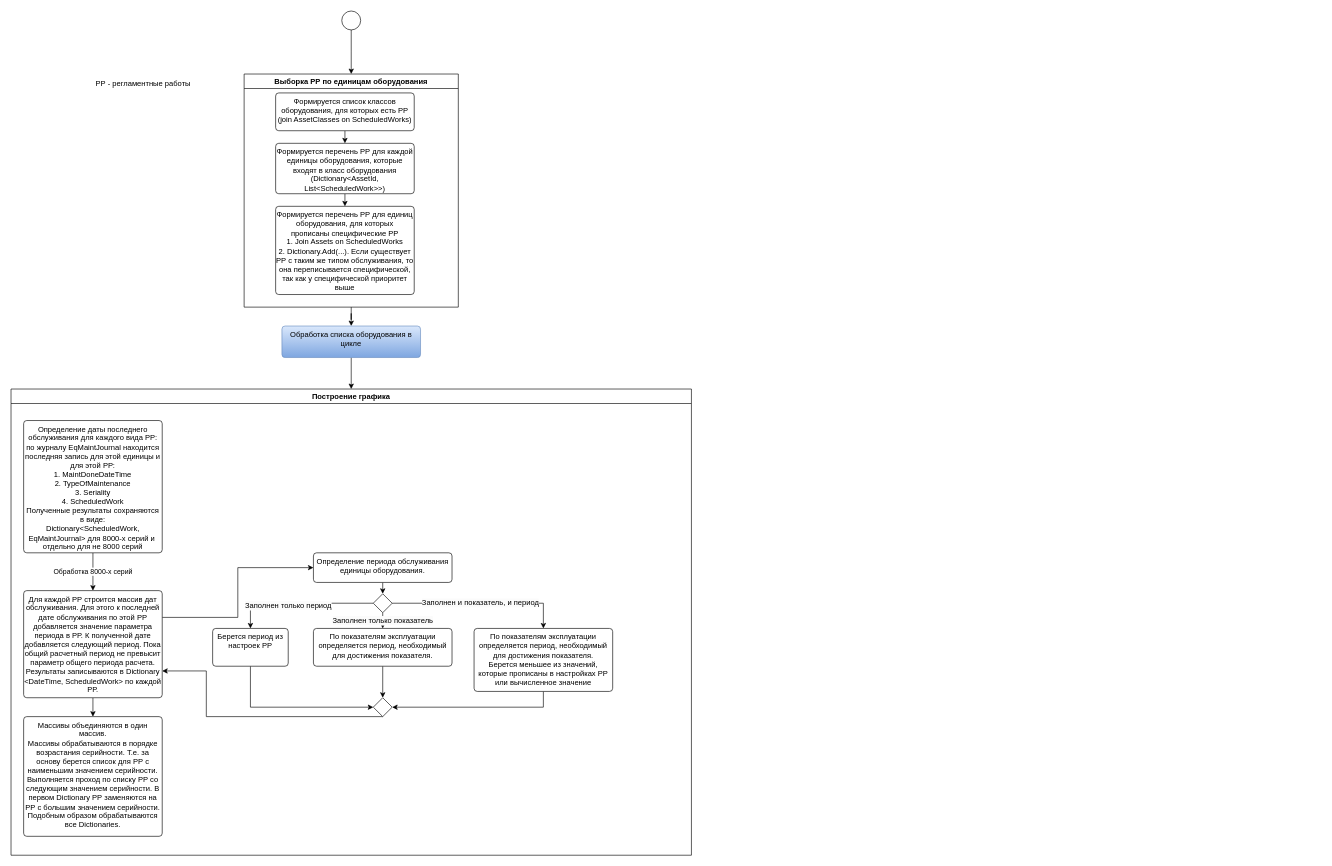
Above: page "Обработка РР.v.4" (2 of 3) of maint/Обработка РР. v.4.drawio in tvolodi-ab/ASCOA (draw.io), before the change. Source tidied: cells renumbered, new cells numbered last; positions are measured from the earlier drawing's top-left corner, leaving out a move shared by most shapes. Both pictures are drawn from the tidied source at 63%, with x=0, y=0 at pixel (11, 11).
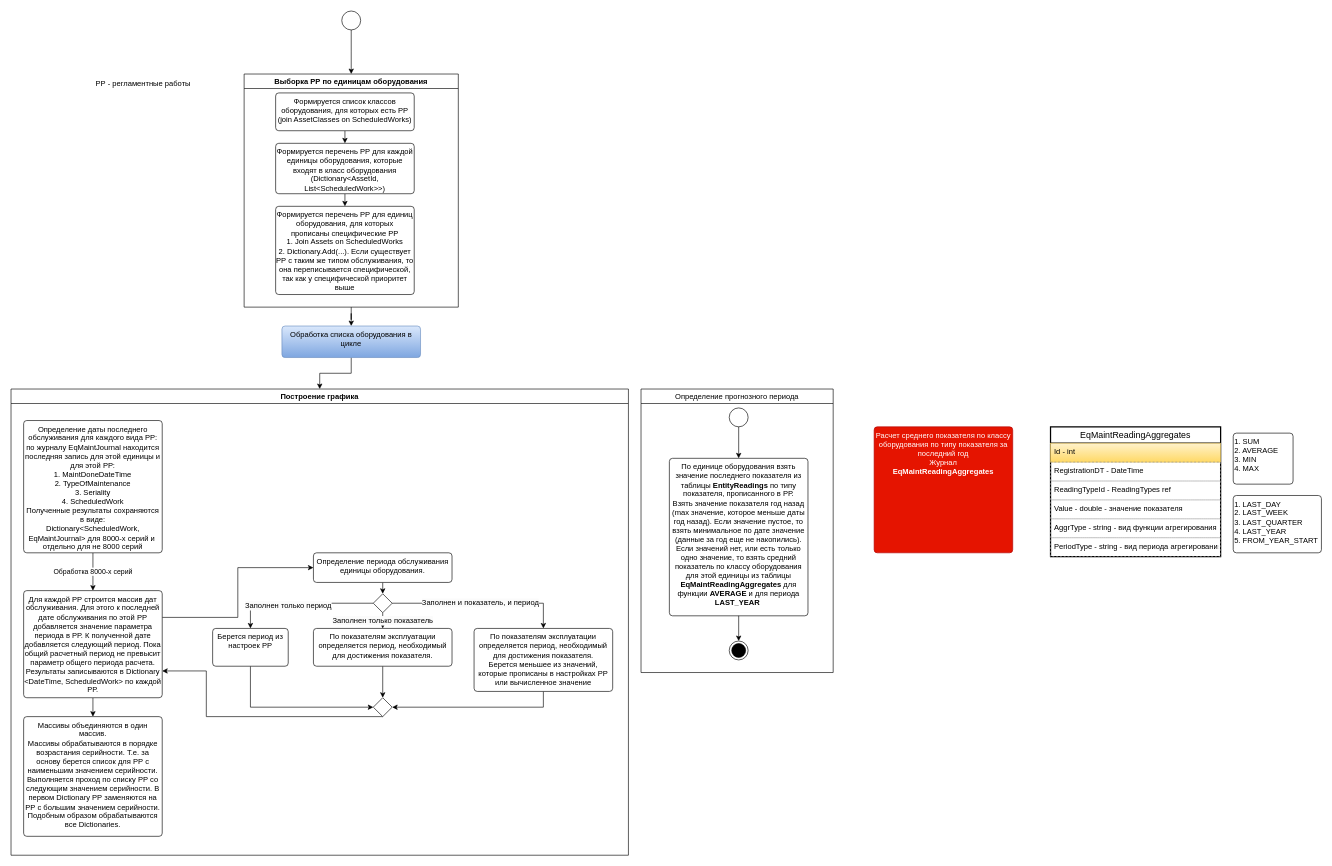
The same diagram, later.

Commit message:
Common procedure for period and statistics

What changed in the source:
```diff
@@
     <mxCell id="12" value="Построение графика" style="swimlane;whiteSpace=wrap;html=1;" parent="1" vertex="1">
-      <mxGeometry y="600" width="1080" height="740" as="geometry" />
+      <mxGeometry y="600" width="980" height="740" as="geometry" />
     </mxCell>
@@
+    <mxCell id="36" value="Расчет среднего показателя по классу оборудования по типу показателя за последний год&lt;br&gt;Журнал&lt;br&gt;&lt;b&gt;EqMaintReadingAggregates&lt;/b&gt;&lt;br&gt;" style="html=1;align=center;verticalAlign=top;rounded=1;absoluteArcSize=1;arcSize=10;dashed=0;whiteSpace=wrap;fillColor=#e51400;fontColor=#ffffff;strokeColor=#B20000;" parent="1" vertex="1">
+      <mxGeometry x="1370" y="660" width="220" height="200" as="geometry" />
+    </mxCell>
+    <mxCell id="37" value="EqMaintReadingAggregates" style="swimlane;fontStyle=0;horizontal=1;startSize=26;align=center;fontSize=14;strokeWidth=2;" parent="1" vertex="1">
+      <mxGeometry x="1650" y="660" width="270" height="206" as="geometry" />
+    </mxCell>
+    <mxCell id="38" value="Id - int" style="text;strokeColor=#d6b656;fillColor=#fff2cc;spacingLeft=4;spacingRight=4;overflow=hidden;fontSize=12;gradientColor=#ffd966;" parent="37" vertex="1">
+      <mxGeometry y="26" width="270" height="30" as="geometry" />
+    </mxCell>
+    <mxCell id="39" value="RegistrationDT - DateTime" style="text;strokeColor=#999999;fillColor=none;spacingLeft=4;spacingRight=4;overflow=hidden;fontSize=12;dashed=1;" parent="37" vertex="1">
+      <mxGeometry y="56" width="270" height="30" as="geometry" />
+    </mxCell>
+    <mxCell id="40" value="ReadingTypeId - ReadingTypes ref" style="text;strokeColor=#999999;fillColor=none;spacingLeft=4;spacingRight=4;overflow=hidden;fontSize=12;dashed=1;" parent="37" vertex="1">
+      <mxGeometry y="86" width="270" height="30" as="geometry" />
+    </mxCell>
+    <mxCell id="41" value="Value - double - значение показателя" style="text;strokeColor=#999999;fillColor=none;spacingLeft=4;spacingRight=4;overflow=hidden;fontSize=12;dashed=1;" parent="37" vertex="1">
+      <mxGeometry y="116" width="270" height="30" as="geometry" />
+    </mxCell>
+    <mxCell id="42" value="AggrType - string - вид функции агрегирования" style="text;strokeColor=#999999;fillColor=none;spacingLeft=4;spacingRight=4;overflow=hidden;fontSize=12;dashed=1;" parent="37" vertex="1">
+      <mxGeometry y="146" width="270" height="30" as="geometry" />
+    </mxCell>
+    <mxCell id="43" value="PeriodType - string - вид периода агрегирования" style="text;strokeColor=#999999;fillColor=none;spacingLeft=4;spacingRight=4;overflow=hidden;fontSize=12;dashed=1;" parent="37" vertex="1">
+      <mxGeometry y="176" width="270" height="30" as="geometry" />
+    </mxCell>
+    <mxCell id="44" value="1. SUM&lt;br&gt;2. AVERAGE&lt;br&gt;3. MIN&lt;br&gt;4. MAX" style="html=1;align=left;verticalAlign=top;rounded=1;absoluteArcSize=1;arcSize=10;dashed=0;whiteSpace=wrap;" parent="1" vertex="1">
+      <mxGeometry x="1940" y="670" width="95" height="81" as="geometry" />
+    </mxCell>
+    <mxCell id="45" value="1. LAST_DAY&lt;br&gt;2. LAST_WEEK&lt;br&gt;3. LAST_QUARTER&lt;br&gt;4. LAST_YEAR&lt;br&gt;5. FROM_YEAR_START" style="html=1;align=left;verticalAlign=top;rounded=1;absoluteArcSize=1;arcSize=10;dashed=0;whiteSpace=wrap;" parent="1" vertex="1">
+      <mxGeometry x="1940" y="769" width="140" height="91" as="geometry" />
+    </mxCell>
+    <mxCell id="46" value="&lt;span style=&quot;font-weight: 400;&quot;&gt;Определение прогнозного периода&lt;/span&gt;" style="swimlane;whiteSpace=wrap;html=1;strokeColor=#000000;strokeWidth=1;" parent="1" vertex="1">
+      <mxGeometry x="1000" y="600" width="305" height="450" as="geometry" />
+    </mxCell>
+    <mxCell id="47" style="ellipse;" parent="46" vertex="1">
+      <mxGeometry x="140" y="30" width="30" height="30" as="geometry" />
+    </mxCell>
+    <mxCell id="48" value="По единице оборудования взять значение последнего показателя из таблицы &lt;b&gt;EntityReadings&lt;/b&gt; по типу показателя, прописанного в РР.&lt;br&gt;Взять значение показателя год назад (max значение, которое меньше даты год назад). Если значение пустое, то взять минимальное по дате значение (данные за год еще не накопились).&lt;br&gt;Если значений нет, или есть только одно значение, то&amp;nbsp;взять средний показатель по классу оборудования для этой единицы из таблицы &lt;b&gt;EqMaintReadingAggregates &lt;/b&gt;для функции &lt;b&gt;AVERAGE&lt;/b&gt; и для периода &lt;b&gt;LAST_YEAR&amp;nbsp;&lt;/b&gt;" style="html=1;align=center;verticalAlign=top;rounded=1;absoluteArcSize=1;arcSize=10;dashed=0;whiteSpace=wrap;" parent="46" vertex="1">
+      <mxGeometry x="45" y="110" width="220" height="250" as="geometry" />
+    </mxCell>
+    <mxCell id="49" style="ellipse;html=1;shape=endState;fillColor=strokeColor;strokeColor=#000000;strokeWidth=1;" parent="46" vertex="1">
+      <mxGeometry x="140" y="400" width="30" height="30" as="geometry" />
+    </mxCell>
+    <mxCell id="50" style="edgeStyle=orthogonalEdgeStyle;rounded=0;jettySize=auto;html=1;exitX=0.5;exitY=1;exitDx=0;exitDy=0;entryX=0.5;entryY=0;entryDx=0;entryDy=0;" parent="46" edge="1" source="47" target="48">
+      <mxGeometry relative="1" as="geometry" />
+    </mxCell>
+    <mxCell id="51" style="edgeStyle=orthogonalEdgeStyle;rounded=0;jettySize=auto;html=1;exitX=0.5;exitY=1;exitDx=0;exitDy=0;entryX=0.5;entryY=0;entryDx=0;entryDy=0;" parent="46" edge="1" source="48" target="49">
+      <mxGeometry relative="1" as="geometry" />
+    </mxCell>
```
